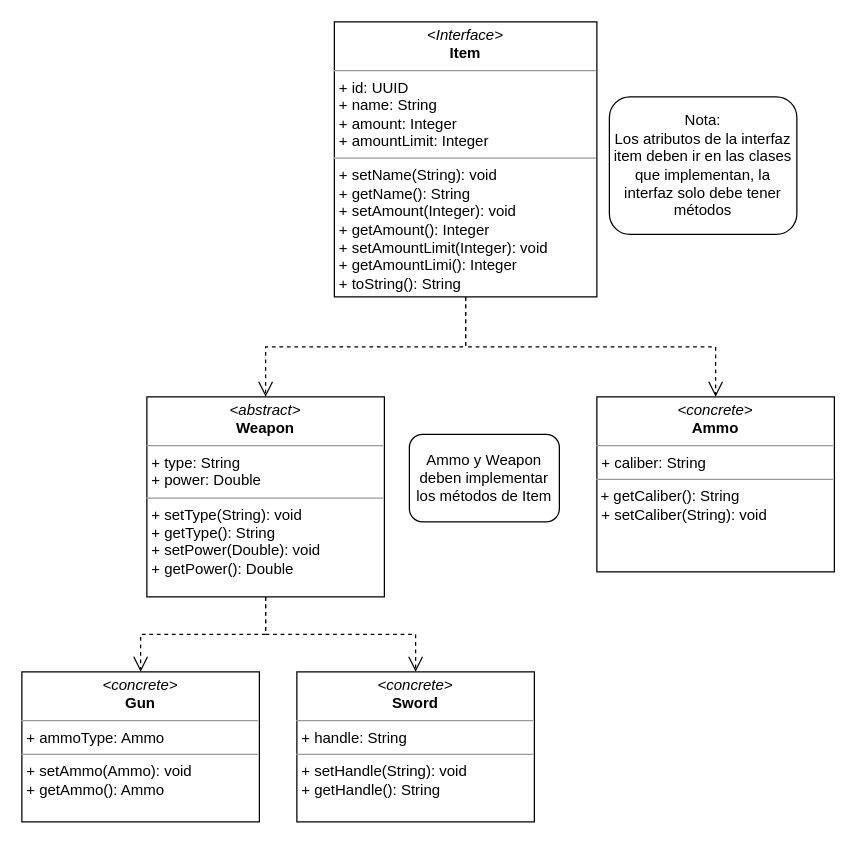
Earlier version of the draw.io diagram Diagramas/GameUML.drawio (ichi0915/techm-University-Development). Source tidied: cells renumbered, new cells numbered last; positions are measured from the earlier drawing's top-left corner, leaving out a move shared by most shapes. Both pictures are drawn from the tidied source at 125%, with x=0, y=0 at pixel (21, 21).
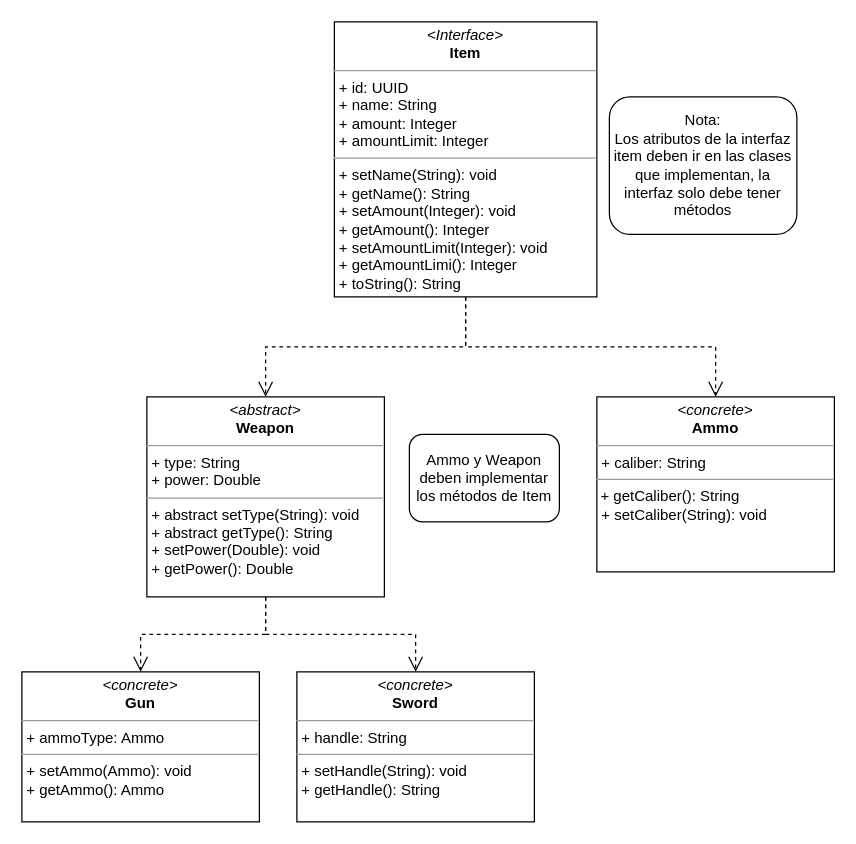
The same diagram, later.

Commit message (it also covers changes not shown here):
Added abstract methods to UML

Change to the diagram source:
```diff
@@
 <mxGraphModel>
   <root>
     <mxCell id="0" />
     <mxCell id="1" parent="0" />
     <mxCell id="2" value="&lt;p style=&quot;margin: 0px ; margin-top: 4px ; text-align: center&quot;&gt;&lt;i&gt;&amp;lt;Interface&amp;gt;&lt;/i&gt;&lt;br&gt;&lt;b&gt;Item&lt;/b&gt;&lt;/p&gt;&lt;hr size=&quot;1&quot;&gt;&lt;p style=&quot;margin: 0px ; margin-left: 4px&quot;&gt;+ id: UUID&lt;br&gt;+ name: String&lt;/p&gt;&lt;p style=&quot;margin: 0px 0px 0px 4px&quot;&gt;+ amount: Integer&lt;/p&gt;&lt;p style=&quot;margin: 0px 0px 0px 4px&quot;&gt;+ amountLimit: Integer&lt;br&gt;&lt;/p&gt;&lt;hr size=&quot;1&quot;&gt;&lt;p style=&quot;margin: 0px ; margin-left: 4px&quot;&gt;+ setName(String): void&lt;/p&gt;&lt;p style=&quot;margin: 0px 0px 0px 4px&quot;&gt;+ getName(): String&lt;/p&gt;&lt;p style=&quot;margin: 0px ; margin-left: 4px&quot;&gt;+ setAmount(Integer): void&lt;/p&gt;&lt;p style=&quot;margin: 0px 0px 0px 4px&quot;&gt;&lt;span&gt;+ getAmount(): Integer&lt;/span&gt;&lt;br&gt;&lt;/p&gt;&lt;p style=&quot;margin: 0px 0px 0px 4px&quot;&gt;+ setAmountLimit(Integer): void&lt;/p&gt;&lt;p style=&quot;margin: 0px 0px 0px 4px&quot;&gt;+ getAmountLimi(): Integer&lt;/p&gt;&lt;p style=&quot;margin: 0px 0px 0px 4px&quot;&gt;+&amp;nbsp;toString(): String&lt;/p&gt;" style="verticalAlign=top;align=left;overflow=fill;fontSize=12;fontFamily=Helvetica;html=1;rounded=0;shadow=0;comic=0;labelBackgroundColor=none;strokeWidth=1;" parent="1" vertex="1">
       <mxGeometry x="250" width="210" height="220" as="geometry" />
     </mxCell>
     <mxCell id="3" style="edgeStyle=orthogonalEdgeStyle;rounded=0;html=1;labelBackgroundColor=none;startFill=0;endArrow=open;endFill=0;endSize=10;fontFamily=Verdana;fontSize=10;dashed=1;exitX=0.5;exitY=1;exitDx=0;exitDy=0;entryX=0.5;entryY=0;entryDx=0;entryDy=0;" parent="1" edge="1" source="2" target="6">
       <mxGeometry relative="1" as="geometry" />
     </mxCell>
     <mxCell id="4" style="edgeStyle=orthogonalEdgeStyle;rounded=0;html=1;labelBackgroundColor=none;startFill=0;endArrow=open;endFill=0;endSize=10;fontFamily=Verdana;fontSize=10;dashed=1;exitX=0.5;exitY=1;exitDx=0;exitDy=0;entryX=0.5;entryY=0;entryDx=0;entryDy=0;" parent="1" edge="1" source="2" target="5">
       <mxGeometry relative="1" as="geometry" />
     </mxCell>
-    <mxCell id="5" value="&lt;p style=&quot;margin: 0px ; margin-top: 4px ; text-align: center&quot;&gt;&lt;i&gt;&amp;lt;abstract&amp;gt;&lt;/i&gt;&lt;br&gt;&lt;b&gt;Weapon&lt;/b&gt;&lt;/p&gt;&lt;hr size=&quot;1&quot;&gt;&lt;p style=&quot;margin: 0px ; margin-left: 4px&quot;&gt;+ type: String&lt;br&gt;&lt;/p&gt;&lt;p style=&quot;margin: 0px 0px 0px 4px&quot;&gt;+ power: Double&lt;/p&gt;&lt;hr size=&quot;1&quot;&gt;&lt;p style=&quot;margin: 0px 0px 0px 4px&quot;&gt;+ setType(String): void&lt;/p&gt;&lt;p style=&quot;margin: 0px 0px 0px 4px&quot;&gt;+ getType(): String&lt;/p&gt;&lt;p style=&quot;margin: 0px 0px 0px 4px&quot;&gt;+ setPower(Double): void&lt;/p&gt;&lt;p style=&quot;margin: 0px 0px 0px 4px&quot;&gt;+ getPower(): Double&lt;/p&gt;" style="verticalAlign=top;align=left;overflow=fill;fontSize=12;fontFamily=Helvetica;html=1;rounded=0;shadow=0;comic=0;labelBackgroundColor=none;strokeWidth=1;" parent="1" vertex="1">
+    <mxCell id="5" value="&lt;p style=&quot;margin: 0px ; margin-top: 4px ; text-align: center&quot;&gt;&lt;i&gt;&amp;lt;abstract&amp;gt;&lt;/i&gt;&lt;br&gt;&lt;b&gt;Weapon&lt;/b&gt;&lt;/p&gt;&lt;hr size=&quot;1&quot;&gt;&lt;p style=&quot;margin: 0px ; margin-left: 4px&quot;&gt;+ type: String&lt;br&gt;&lt;/p&gt;&lt;p style=&quot;margin: 0px 0px 0px 4px&quot;&gt;+ power: Double&lt;/p&gt;&lt;hr size=&quot;1&quot;&gt;&lt;p style=&quot;margin: 0px 0px 0px 4px&quot;&gt;+ abstract setType(String): void&lt;/p&gt;&lt;p style=&quot;margin: 0px 0px 0px 4px&quot;&gt;+ abstract getType(): String&lt;/p&gt;&lt;p style=&quot;margin: 0px 0px 0px 4px&quot;&gt;+ setPower(Double): void&lt;/p&gt;&lt;p style=&quot;margin: 0px 0px 0px 4px&quot;&gt;+ getPower(): Double&lt;/p&gt;" style="verticalAlign=top;align=left;overflow=fill;fontSize=12;fontFamily=Helvetica;html=1;rounded=0;shadow=0;comic=0;labelBackgroundColor=none;strokeWidth=1;" parent="1" vertex="1">
       <mxGeometry x="100" y="300" width="190" height="160" as="geometry" />
     </mxCell>
     <mxCell id="6" value="&lt;p style=&quot;margin: 0px ; margin-top: 4px ; text-align: center&quot;&gt;&lt;i&gt;&amp;lt;concrete&amp;gt;&lt;/i&gt;&lt;br&gt;&lt;b&gt;Ammo&lt;/b&gt;&lt;/p&gt;&lt;hr size=&quot;1&quot;&gt;&lt;p style=&quot;margin: 0px ; margin-left: 4px&quot;&gt;&lt;span&gt;+ caliber: String&lt;/span&gt;&lt;br&gt;&lt;/p&gt;&lt;hr size=&quot;1&quot;&gt;&lt;span&gt;&amp;nbsp;+ getCaliber(): String&lt;/span&gt;&lt;p style=&quot;margin: 0px ; margin-left: 4px&quot;&gt;&lt;span&gt;+ setCaliber(String): void&lt;/span&gt;&lt;br&gt;&lt;/p&gt;" style="verticalAlign=top;align=left;overflow=fill;fontSize=12;fontFamily=Helvetica;html=1;rounded=0;shadow=0;comic=0;labelBackgroundColor=none;strokeWidth=1;" parent="1" vertex="1">
       <mxGeometry x="460" y="300" width="190" height="140" as="geometry" />
     </mxCell>
     <mxCell id="7" value="&lt;p style=&quot;margin: 0px ; margin-top: 4px ; text-align: center&quot;&gt;&lt;i&gt;&amp;lt;concrete&amp;gt;&lt;/i&gt;&lt;br&gt;&lt;b&gt;Gun&lt;/b&gt;&lt;/p&gt;&lt;hr size=&quot;1&quot;&gt;&lt;p style=&quot;margin: 0px ; margin-left: 4px&quot;&gt;+ ammoType: Ammo&lt;br&gt;&lt;/p&gt;&lt;hr size=&quot;1&quot;&gt;&lt;p style=&quot;margin: 0px 0px 0px 4px&quot;&gt;+ setAmmo(Ammo): void&lt;/p&gt;&lt;p style=&quot;margin: 0px 0px 0px 4px&quot;&gt;+ getAmmo(): Ammo&lt;/p&gt;" style="verticalAlign=top;align=left;overflow=fill;fontSize=12;fontFamily=Helvetica;html=1;rounded=0;shadow=0;comic=0;labelBackgroundColor=none;strokeWidth=1;" parent="1" vertex="1">
       <mxGeometry y="520" width="190" height="120" as="geometry" />
     </mxCell>
     <mxCell id="8" style="edgeStyle=orthogonalEdgeStyle;rounded=0;html=1;labelBackgroundColor=none;startFill=0;endArrow=open;endFill=0;endSize=10;fontFamily=Verdana;fontSize=10;dashed=1;exitX=0.5;exitY=1;exitDx=0;exitDy=0;" parent="1" edge="1" source="5" target="7">
       <mxGeometry relative="1" as="geometry" />
     </mxCell>
     <mxCell id="9" value="&lt;p style=&quot;margin: 0px ; margin-top: 4px ; text-align: center&quot;&gt;&lt;i&gt;&amp;lt;concrete&amp;gt;&lt;/i&gt;&lt;br&gt;&lt;b&gt;Sword&lt;/b&gt;&lt;/p&gt;&lt;hr size=&quot;1&quot;&gt;&lt;p style=&quot;margin: 0px ; margin-left: 4px&quot;&gt;+ handle: String&lt;br&gt;&lt;/p&gt;&lt;hr size=&quot;1&quot;&gt;&lt;p style=&quot;margin: 0px 0px 0px 4px&quot;&gt;+ setHandle(String): void&lt;/p&gt;&lt;p style=&quot;margin: 0px 0px 0px 4px&quot;&gt;+ getHandle(): String&lt;/p&gt;" style="verticalAlign=top;align=left;overflow=fill;fontSize=12;fontFamily=Helvetica;html=1;rounded=0;shadow=0;comic=0;labelBackgroundColor=none;strokeWidth=1;" parent="1" vertex="1">
       <mxGeometry x="220" y="520" width="190" height="120" as="geometry" />
     </mxCell>
     <mxCell id="10" style="edgeStyle=orthogonalEdgeStyle;rounded=0;html=1;labelBackgroundColor=none;startFill=0;endArrow=open;endFill=0;endSize=10;fontFamily=Verdana;fontSize=10;dashed=1;exitX=0.5;exitY=1;exitDx=0;exitDy=0;" parent="1" edge="1" source="5" target="9">
       <mxGeometry relative="1" as="geometry" />
     </mxCell>
     <mxCell id="11" value="Nota:&lt;br&gt;Los atributos de la interfaz item deben ir en las clases que implementan, la interfaz solo debe tener métodos" style="rounded=1;whiteSpace=wrap;html=1;" parent="1" vertex="1">
       <mxGeometry x="470" y="60" width="150" height="110" as="geometry" />
     </mxCell>
     <mxCell id="12" value="Ammo y Weapon deben implementar los métodos de Item" style="rounded=1;whiteSpace=wrap;html=1;" parent="1" vertex="1">
       <mxGeometry x="310" y="330" width="120" height="70" as="geometry" />
     </mxCell>
   </root>
 </mxGraphModel>
```
